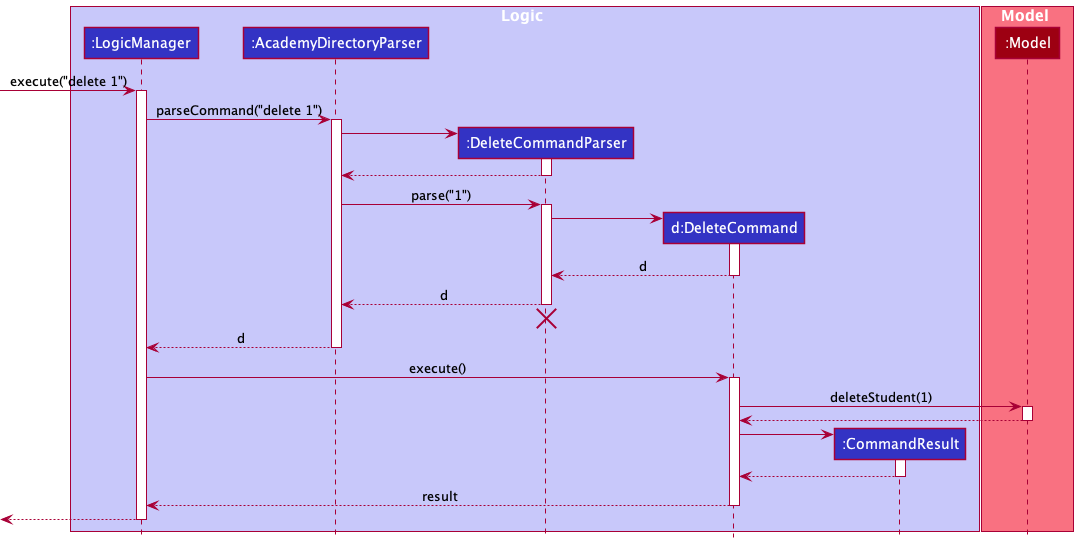
nus-cs2103-AY2122S1/tp keeps this PlantUML diagram as docs/images/DeleteSequenceDiagram.png. Above is the earlier version.
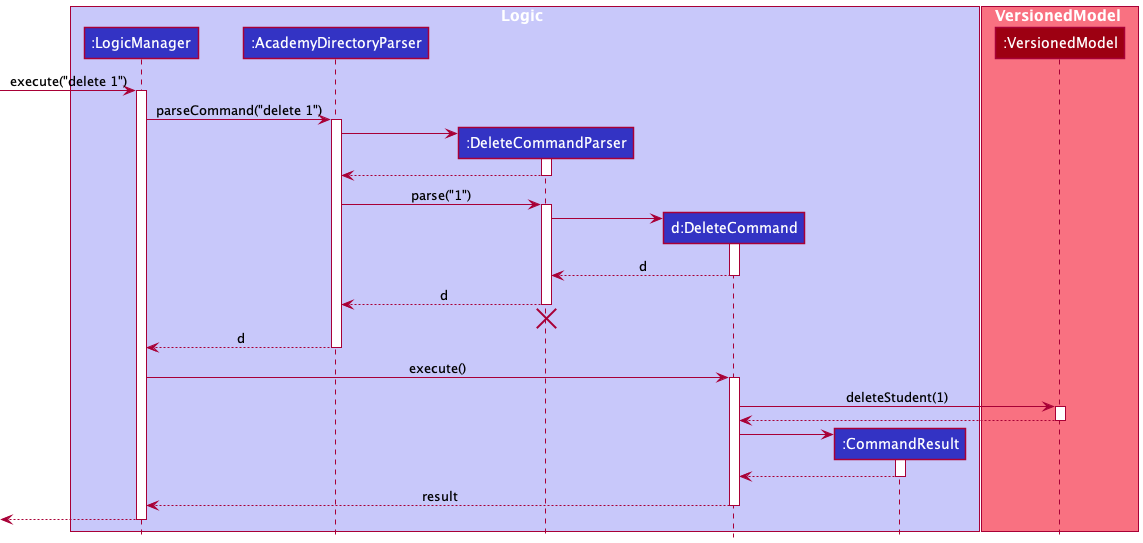
Above is the later version.

The edit, as a diff of the source:
```diff
@@ -1,5 +1,5 @@
 @startuml
-!include style.puml
+!include ../../../style.puml
 
 box Logic LOGIC_COLOR_T1
 participant ":LogicManager" as LogicManager LOGIC_COLOR
@@ -9,8 +9,8 @@
 participant ":CommandResult" as CommandResult LOGIC_COLOR
 end box
 
-box Model MODEL_COLOR_T1
-participant ":Model" as Model MODEL_COLOR
+box VersionedModel MODEL_COLOR_T1
+participant ":VersionedModel" as Model MODEL_COLOR
 end box
 
 [-> LogicManager : execute("delete 1")
```
